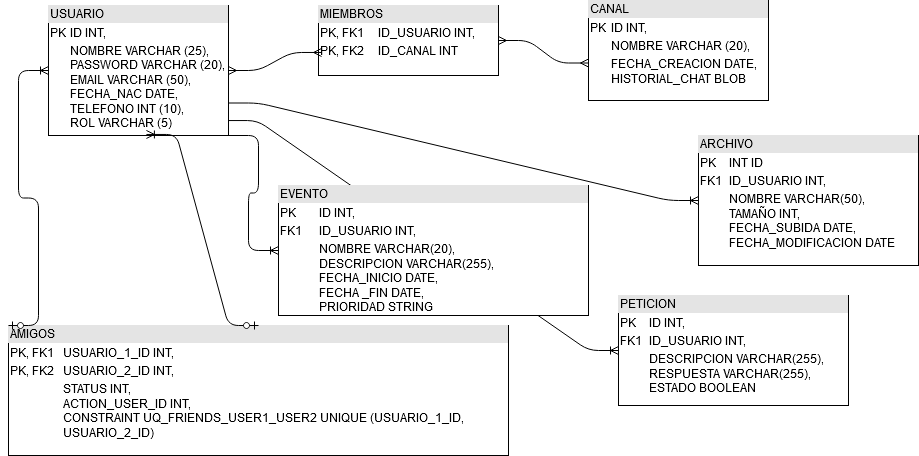
The draw.io diagram resources/modelo_datos_gamerHub.png in iesvi/proyecto-equipo-3, before a commit. Source tidied: cells renumbered, new cells last; positions are measured from the earlier drawing's top-left corner, leaving out a move shared by most shapes.
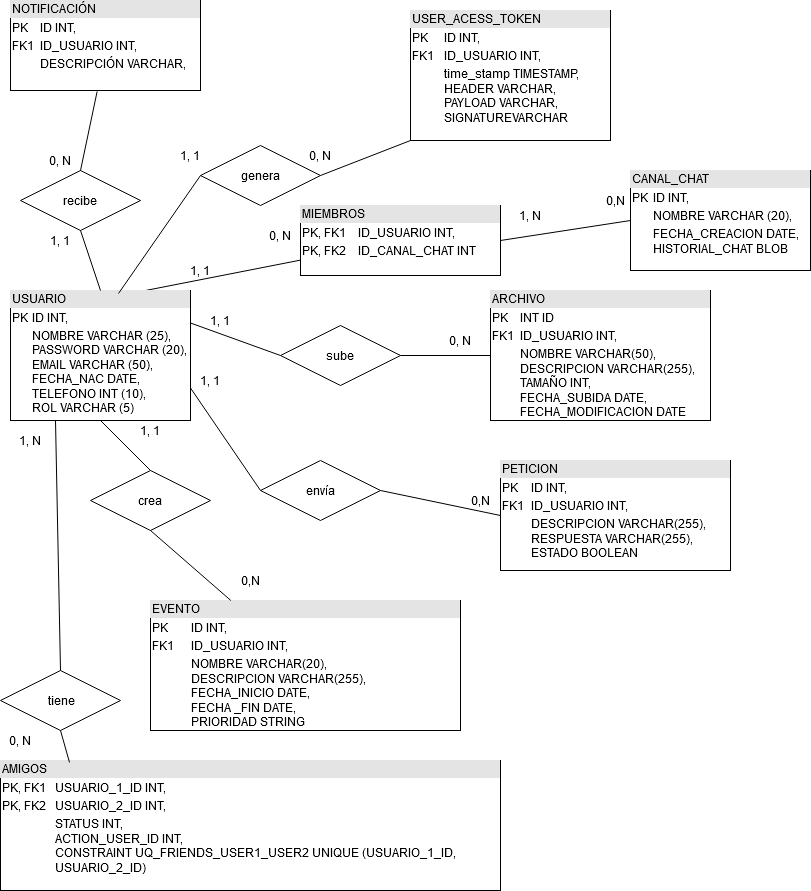
The same diagram one commit later.

Commit message:
Resubiendo imagen del modelo de datos (Modelo E-R) corregido. Se han añadido tablas que faltaban y las relaciones y cardinalidades.

The edit, as a diff of the source:
```diff
@@ -2,47 +2,143 @@
   <root>
     <mxCell id="0" />
     <mxCell id="1" parent="0" />
-    <mxCell id="2" style="edgeStyle=entityRelationEdgeStyle;fontSize=12;html=1;endArrow=ERoneToMany;exitX=1;exitY=0.75;exitDx=0;exitDy=0;" parent="1" edge="1" source="4" target="13">
-      <mxGeometry relative="1" as="geometry" />
-    </mxCell>
-    <mxCell id="3" style="edgeStyle=entityRelationEdgeStyle;fontSize=12;html=1;endArrow=ERoneToMany;exitX=0.994;exitY=0.885;exitDx=0;exitDy=0;exitPerimeter=0;" parent="1" edge="1" source="4" target="12">
-      <mxGeometry relative="1" as="geometry" />
-    </mxCell>
+    <mxCell id="10" style="edgeStyle=none;rounded=0;jettySize=auto;html=1;exitX=0.75;exitY=0;exitDx=0;exitDy=0;endArrow=none;endFill=0;" parent="1" edge="1" source="4" target="6">
+      <mxGeometry relative="1" as="geometry" />
+    </mxCell>
     <mxCell id="4" value="&lt;div style=&quot;box-sizing: border-box ; width: 100% ; background: #e4e4e4 ; padding: 2px&quot;&gt;USUARIO&lt;/div&gt;&lt;table style=&quot;width: 100% ; font-size: 1em&quot; cellspacing=&quot;0&quot; cellpadding=&quot;2&quot;&gt;&lt;tbody&gt;&lt;tr&gt;&lt;td&gt;PK&lt;/td&gt;&lt;td&gt;ID INT,&lt;br&gt;&lt;/td&gt;&lt;/tr&gt;&lt;tr&gt;&lt;td&gt;&lt;br&gt;&lt;/td&gt;&lt;td&gt;NOMBRE VARCHAR (25),&lt;br&gt;PASSWORD VARCHAR (20),&lt;br&gt;EMAIL VARCHAR (50),&lt;br&gt;FECHA_NAC DATE,&lt;br&gt;TELEFONO INT (10),&lt;br&gt;ROL VARCHAR (5)&lt;br&gt;&lt;/td&gt;&lt;/tr&gt;&lt;tr&gt;&lt;td&gt;&lt;br&gt;&lt;/td&gt;&lt;td&gt;&lt;br&gt;&lt;/td&gt;&lt;/tr&gt;&lt;/tbody&gt;&lt;/table&gt;" style="verticalAlign=top;align=left;overflow=fill;html=1;" parent="1" vertex="1">
-      <mxGeometry x="40" y="5" width="180" height="130" as="geometry" />
+      <mxGeometry x="-30" y="-5" width="180" height="130" as="geometry" />
     </mxCell>
-    <mxCell id="5" value="&lt;div style=&quot;box-sizing: border-box ; width: 100% ; background: #e4e4e4 ; padding: 2px&quot;&gt;CANAL&lt;/div&gt;&lt;table style=&quot;width: 100% ; font-size: 1em&quot; cellspacing=&quot;0&quot; cellpadding=&quot;2&quot;&gt;&lt;tbody&gt;&lt;tr&gt;&lt;td&gt;PK&lt;/td&gt;&lt;td&gt;ID INT,&lt;br&gt;&lt;/td&gt;&lt;/tr&gt;&lt;tr&gt;&lt;td&gt;&lt;br&gt;&lt;/td&gt;&lt;td&gt;NOMBRE VARCHAR (20),&lt;br&gt;&lt;/td&gt;&lt;/tr&gt;&lt;tr&gt;&lt;td&gt;&lt;br&gt;&lt;/td&gt;&lt;td&gt;FECHA_CREACION DATE,&lt;br&gt;HISTORIAL_CHAT BLOB&lt;br&gt;&lt;/td&gt;&lt;/tr&gt;&lt;/tbody&gt;&lt;/table&gt;" style="verticalAlign=top;align=left;overflow=fill;html=1;" parent="1" vertex="1">
-      <mxGeometry x="580" width="180" height="100" as="geometry" />
+    <mxCell id="5" value="&lt;div style=&quot;box-sizing: border-box ; width: 100% ; background: #e4e4e4 ; padding: 2px&quot;&gt;CANAL_CHAT&lt;/div&gt;&lt;table style=&quot;width: 100% ; font-size: 1em&quot; cellspacing=&quot;0&quot; cellpadding=&quot;2&quot;&gt;&lt;tbody&gt;&lt;tr&gt;&lt;td&gt;PK&lt;/td&gt;&lt;td&gt;ID INT,&lt;br&gt;&lt;/td&gt;&lt;/tr&gt;&lt;tr&gt;&lt;td&gt;&lt;br&gt;&lt;/td&gt;&lt;td&gt;NOMBRE VARCHAR (20),&lt;br&gt;&lt;/td&gt;&lt;/tr&gt;&lt;tr&gt;&lt;td&gt;&lt;br&gt;&lt;/td&gt;&lt;td&gt;FECHA_CREACION DATE,&lt;br&gt;HISTORIAL_CHAT BLOB&lt;br&gt;&lt;/td&gt;&lt;/tr&gt;&lt;/tbody&gt;&lt;/table&gt;" style="verticalAlign=top;align=left;overflow=fill;html=1;" parent="1" vertex="1">
+      <mxGeometry x="590" y="-125" width="180" height="100" as="geometry" />
     </mxCell>
-    <mxCell id="6" value="&lt;div style=&quot;box-sizing: border-box ; width: 100% ; background: #e4e4e4 ; padding: 2px&quot;&gt;MIEMBROS&lt;/div&gt;&lt;table style=&quot;width: 100% ; font-size: 1em&quot; cellspacing=&quot;0&quot; cellpadding=&quot;2&quot;&gt;&lt;tbody&gt;&lt;tr&gt;&lt;td&gt;PK, FK1&lt;br&gt;&lt;/td&gt;&lt;td&gt;ID_USUARIO INT,&lt;br&gt;&lt;/td&gt;&lt;/tr&gt;&lt;tr&gt;&lt;td&gt;PK, FK2&lt;/td&gt;&lt;td&gt;ID_CANAL INT&lt;br&gt;&lt;/td&gt;&lt;/tr&gt;&lt;tr&gt;&lt;td&gt;&lt;br&gt;&lt;/td&gt;&lt;td&gt;&lt;br&gt;&lt;/td&gt;&lt;/tr&gt;&lt;/tbody&gt;&lt;/table&gt;" style="verticalAlign=top;align=left;overflow=fill;html=1;" parent="1" vertex="1">
-      <mxGeometry x="310" y="5" width="180" height="70" as="geometry" />
+    <mxCell id="6" value="&lt;div style=&quot;box-sizing: border-box ; width: 100% ; background: #e4e4e4 ; padding: 2px&quot;&gt;MIEMBROS&lt;/div&gt;&lt;table style=&quot;width: 100% ; font-size: 1em&quot; cellspacing=&quot;0&quot; cellpadding=&quot;2&quot;&gt;&lt;tbody&gt;&lt;tr&gt;&lt;td&gt;PK, FK1&lt;br&gt;&lt;/td&gt;&lt;td&gt;ID_USUARIO INT,&lt;br&gt;&lt;/td&gt;&lt;/tr&gt;&lt;tr&gt;&lt;td&gt;PK, FK2&lt;/td&gt;&lt;td&gt;ID_CANAL_CHAT INT&lt;br&gt;&lt;/td&gt;&lt;/tr&gt;&lt;tr&gt;&lt;td&gt;&lt;br&gt;&lt;/td&gt;&lt;td&gt;&lt;br&gt;&lt;/td&gt;&lt;/tr&gt;&lt;/tbody&gt;&lt;/table&gt;" style="verticalAlign=top;align=left;overflow=fill;html=1;" parent="1" vertex="1">
+      <mxGeometry x="260" y="-90" width="200" height="70" as="geometry" />
     </mxCell>
     <mxCell id="7" value="&lt;div style=&quot;box-sizing: border-box ; width: 100% ; background: #e4e4e4 ; padding: 2px&quot;&gt;AMIGOS&lt;/div&gt;&lt;table style=&quot;width: 100% ; font-size: 1em&quot; cellspacing=&quot;0&quot; cellpadding=&quot;2&quot;&gt;&lt;tbody&gt;&lt;tr&gt;&lt;td&gt;PK, FK1&lt;br&gt;&lt;/td&gt;&lt;td&gt;USUARIO_1_ID INT,&lt;br&gt;&lt;/td&gt;&lt;/tr&gt;&lt;tr&gt;&lt;td&gt;PK, FK2&lt;/td&gt;&lt;td&gt;USUARIO_2_ID INT,&lt;br&gt;&lt;/td&gt;&lt;/tr&gt;&lt;tr&gt;&lt;td&gt;&lt;br&gt;&lt;/td&gt;&lt;td&gt;STATUS INT,&lt;br&gt;ACTION_USER_ID INT,&lt;br&gt;CONSTRAINT UQ_FRIENDS_USER1_USER2 UNIQUE (USUARIO_1_ID,&lt;br&gt;USUARIO_2_ID)&lt;br&gt;&lt;/td&gt;&lt;/tr&gt;&lt;/tbody&gt;&lt;/table&gt;" style="verticalAlign=top;align=left;overflow=fill;html=1;" parent="1" vertex="1">
-      <mxGeometry y="325" width="500" height="130" as="geometry" />
+      <mxGeometry x="-40" y="465" width="500" height="130" as="geometry" />
     </mxCell>
     <mxCell id="8" value="&lt;div style=&quot;box-sizing: border-box ; width: 100% ; background: #e4e4e4 ; padding: 2px&quot;&gt;EVENTO&lt;/div&gt;&lt;table style=&quot;width: 100% ; font-size: 1em&quot; cellspacing=&quot;0&quot; cellpadding=&quot;2&quot;&gt;&lt;tbody&gt;&lt;tr&gt;&lt;td&gt;PK&lt;/td&gt;&lt;td&gt;ID INT,&lt;br&gt;&lt;/td&gt;&lt;/tr&gt;&lt;tr&gt;&lt;td&gt;FK1&lt;/td&gt;&lt;td&gt;ID_USUARIO INT,&lt;br&gt;&lt;/td&gt;&lt;/tr&gt;&lt;tr&gt;&lt;td&gt;&lt;br&gt;&lt;/td&gt;&lt;td&gt;NOMBRE VARCHAR(20),&lt;br&gt;DESCRIPCION VARCHAR(255),&lt;br&gt;FECHA_INICIO DATE, &lt;br&gt;FECHA _FIN DATE,&lt;br&gt;PRIORIDAD STRING&lt;br&gt;&lt;/td&gt;&lt;/tr&gt;&lt;/tbody&gt;&lt;/table&gt;" style="verticalAlign=top;align=left;overflow=fill;html=1;" parent="1" vertex="1">
-      <mxGeometry x="270" y="185" width="310" height="130" as="geometry" />
+      <mxGeometry x="110" y="305" width="310" height="130" as="geometry" />
     </mxCell>
-    <mxCell id="9" style="edgeStyle=entityRelationEdgeStyle;fontSize=12;html=1;endArrow=ERoneToMany;exitX=1;exitY=1;exitDx=0;exitDy=0;" parent="1" edge="1" source="4" target="8">
-      <mxGeometry relative="1" as="geometry" />
-    </mxCell>
-    <mxCell id="10" style="edgeStyle=entityRelationEdgeStyle;fontSize=12;html=1;endArrow=ERmany;startArrow=ERmany;exitX=1;exitY=0.5;exitDx=0;exitDy=0;entryX=0.017;entryY=0.671;entryDx=0;entryDy=0;entryPerimeter=0;" parent="1" edge="1" source="4" target="6">
-      <mxGeometry relative="1" as="geometry" />
-    </mxCell>
-    <mxCell id="11" style="edgeStyle=entityRelationEdgeStyle;fontSize=12;html=1;endArrow=ERmany;startArrow=ERmany;entryX=0;entryY=0.625;entryDx=0;entryDy=0;entryPerimeter=0;exitX=1;exitY=0.5;exitDx=0;exitDy=0;" parent="1" edge="1" source="6" target="5">
-      <mxGeometry relative="1" as="geometry" />
-    </mxCell>
     <mxCell id="12" value="&lt;div style=&quot;box-sizing: border-box ; width: 100% ; background: #e4e4e4 ; padding: 2px&quot;&gt;PETICION&lt;br&gt;&lt;/div&gt;&lt;table style=&quot;width: 100% ; font-size: 1em&quot; cellspacing=&quot;0&quot; cellpadding=&quot;2&quot;&gt;&lt;tbody&gt;&lt;tr&gt;&lt;td&gt;PK&lt;/td&gt;&lt;td&gt;ID INT,&lt;br&gt;&lt;/td&gt;&lt;/tr&gt;&lt;tr&gt;&lt;td&gt;FK1&lt;/td&gt;&lt;td&gt;ID_USUARIO INT,&lt;br&gt;&lt;/td&gt;&lt;/tr&gt;&lt;tr&gt;&lt;td&gt;&lt;br&gt;&lt;/td&gt;&lt;td&gt;DESCRIPCION VARCHAR(255),&lt;br&gt;RESPUESTA VARCHAR(255),&lt;br&gt;ESTADO BOOLEAN&lt;br&gt;&lt;/td&gt;&lt;/tr&gt;&lt;/tbody&gt;&lt;/table&gt;" style="verticalAlign=top;align=left;overflow=fill;html=1;" parent="1" vertex="1">
-      <mxGeometry x="610" y="295" width="230" height="110" as="geometry" />
+      <mxGeometry x="460" y="165" width="230" height="110" as="geometry" />
     </mxCell>
-    <mxCell id="13" value="&lt;div style=&quot;box-sizing: border-box ; width: 100% ; background: #e4e4e4 ; padding: 2px&quot;&gt;ARCHIVO&lt;/div&gt;&lt;table style=&quot;width: 100% ; font-size: 1em&quot; cellspacing=&quot;0&quot; cellpadding=&quot;2&quot;&gt;&lt;tbody&gt;&lt;tr&gt;&lt;td&gt;PK&lt;/td&gt;&lt;td&gt;INT ID&lt;br&gt;&lt;/td&gt;&lt;/tr&gt;&lt;tr&gt;&lt;td&gt;FK1&lt;/td&gt;&lt;td&gt;ID_USUARIO INT,&lt;br&gt;&lt;/td&gt;&lt;/tr&gt;&lt;tr&gt;&lt;td&gt;&lt;br&gt;&lt;/td&gt;&lt;td&gt;NOMBRE VARCHAR(50),&lt;br&gt;TAMAÑO INT,&lt;br&gt;FECHA_SUBIDA DATE,&lt;br&gt;FECHA_MODIFICACION DATE&lt;br&gt;&lt;/td&gt;&lt;/tr&gt;&lt;/tbody&gt;&lt;/table&gt;" style="verticalAlign=top;align=left;overflow=fill;html=1;" parent="1" vertex="1">
-      <mxGeometry x="690" y="135" width="220" height="130" as="geometry" />
+    <mxCell id="13" value="&lt;div style=&quot;box-sizing: border-box ; width: 100% ; background: #e4e4e4 ; padding: 2px&quot;&gt;ARCHIVO&lt;/div&gt;&lt;table style=&quot;width: 100% ; font-size: 1em&quot; cellspacing=&quot;0&quot; cellpadding=&quot;2&quot;&gt;&lt;tbody&gt;&lt;tr&gt;&lt;td&gt;PK&lt;/td&gt;&lt;td&gt;INT ID&lt;br&gt;&lt;/td&gt;&lt;/tr&gt;&lt;tr&gt;&lt;td&gt;FK1&lt;/td&gt;&lt;td&gt;ID_USUARIO INT,&lt;br&gt;&lt;/td&gt;&lt;/tr&gt;&lt;tr&gt;&lt;td&gt;&lt;br&gt;&lt;/td&gt;&lt;td&gt;NOMBRE VARCHAR(50),&lt;br&gt;DESCRIPCION VARCHAR(255),&lt;br&gt;TAMAÑO INT,&lt;br&gt;FECHA_SUBIDA DATE,&lt;br&gt;FECHA_MODIFICACION DATE&lt;br&gt;&lt;/td&gt;&lt;/tr&gt;&lt;/tbody&gt;&lt;/table&gt;" style="verticalAlign=top;align=left;overflow=fill;html=1;" parent="1" vertex="1">
+      <mxGeometry x="450" y="-5" width="220" height="130" as="geometry" />
     </mxCell>
-    <mxCell id="14" style="edgeStyle=entityRelationEdgeStyle;fontSize=12;html=1;endArrow=ERoneToMany;startArrow=ERzeroToOne;entryX=0.544;entryY=0.992;entryDx=0;entryDy=0;entryPerimeter=0;exitX=0.5;exitY=0;exitDx=0;exitDy=0;" parent="1" edge="1" source="7" target="4">
-      <mxGeometry relative="1" as="geometry" />
-    </mxCell>
-    <mxCell id="15" style="edgeStyle=entityRelationEdgeStyle;fontSize=12;html=1;endArrow=ERoneToMany;startArrow=ERzeroToOne;exitX=0;exitY=0;exitDx=0;exitDy=0;" parent="1" edge="1" source="7" target="4">
-      <mxGeometry relative="1" as="geometry" />
-    </mxCell>
+    <mxCell id="16" value="&amp;nbsp;tiene" style="shape=rhombus;perimeter=rhombusPerimeter;whiteSpace=wrap;html=1;align=center;" parent="1" vertex="1">
+      <mxGeometry x="-40" y="375" width="120" height="60" as="geometry" />
+    </mxCell>
+    <mxCell id="17" style="endArrow=none;html=1;rounded=0;exitX=0.5;exitY=1;exitDx=0;exitDy=0;entryX=0.138;entryY=0.015;entryDx=0;entryDy=0;entryPerimeter=0;" parent="1" edge="1" source="16" target="7">
+      <mxGeometry relative="1" as="geometry" />
+    </mxCell>
+    <mxCell id="18" style="endArrow=none;html=1;rounded=0;entryX=0.5;entryY=0;entryDx=0;entryDy=0;exitX=0.25;exitY=1;exitDx=0;exitDy=0;" parent="1" edge="1" source="4" target="16">
+      <mxGeometry relative="1" as="geometry" />
+    </mxCell>
+    <mxCell id="19" value="1, N" style="text;html=1;strokeColor=none;fillColor=none;align=center;verticalAlign=middle;whiteSpace=wrap;rounded=0;" parent="1" vertex="1">
+      <mxGeometry x="-30" y="135" width="40" height="20" as="geometry" />
+    </mxCell>
+    <mxCell id="20" value="0, N" style="text;html=1;strokeColor=none;fillColor=none;align=center;verticalAlign=middle;whiteSpace=wrap;rounded=0;" parent="1" vertex="1">
+      <mxGeometry x="-40" y="435" width="40" height="20" as="geometry" />
+    </mxCell>
+    <mxCell id="21" style="edgeStyle=none;rounded=0;orthogonalLoop=1;jettySize=auto;html=1;exitX=0.5;exitY=0;exitDx=0;exitDy=0;" parent="1" edge="1" source="19" target="19">
+      <mxGeometry relative="1" as="geometry" />
+    </mxCell>
+    <mxCell id="22" value="envía" style="shape=rhombus;perimeter=rhombusPerimeter;whiteSpace=wrap;html=1;align=center;" parent="1" vertex="1">
+      <mxGeometry x="220" y="165" width="120" height="60" as="geometry" />
+    </mxCell>
+    <mxCell id="23" style="endArrow=none;html=1;rounded=0;exitX=1;exitY=0.75;exitDx=0;exitDy=0;entryX=0;entryY=0.5;entryDx=0;entryDy=0;" parent="1" edge="1" source="4" target="22">
+      <mxGeometry relative="1" as="geometry" />
+    </mxCell>
+    <mxCell id="24" style="endArrow=none;html=1;rounded=0;exitX=1;exitY=0.5;exitDx=0;exitDy=0;entryX=0;entryY=0.5;entryDx=0;entryDy=0;" parent="1" edge="1" source="22" target="12">
+      <mxGeometry relative="1" as="geometry" />
+    </mxCell>
+    <mxCell id="25" value="crea" style="shape=rhombus;perimeter=rhombusPerimeter;whiteSpace=wrap;html=1;align=center;" parent="1" vertex="1">
+      <mxGeometry x="50" y="175" width="120" height="60" as="geometry" />
+    </mxCell>
+    <mxCell id="26" style="endArrow=none;html=1;rounded=0;exitX=0.5;exitY=1;exitDx=0;exitDy=0;entryX=0.5;entryY=0;entryDx=0;entryDy=0;" parent="1" edge="1" source="4" target="25">
+      <mxGeometry relative="1" as="geometry" />
+    </mxCell>
+    <mxCell id="27" style="endArrow=none;html=1;rounded=0;exitX=0.5;exitY=1;exitDx=0;exitDy=0;" parent="1" edge="1" source="25" target="8">
+      <mxGeometry relative="1" as="geometry" />
+    </mxCell>
+    <mxCell id="28" value="0,N" style="text;html=1;strokeColor=none;fillColor=none;align=center;verticalAlign=middle;whiteSpace=wrap;rounded=0;" parent="1" vertex="1">
+      <mxGeometry x="190" y="275" width="40" height="20" as="geometry" />
+    </mxCell>
+    <mxCell id="29" value="1, 1" style="text;html=1;strokeColor=none;fillColor=none;align=center;verticalAlign=middle;whiteSpace=wrap;rounded=0;" parent="1" vertex="1">
+      <mxGeometry x="90" y="125" width="40" height="20" as="geometry" />
+    </mxCell>
+    <mxCell id="30" value="0,N" style="text;html=1;strokeColor=none;fillColor=none;align=center;verticalAlign=middle;whiteSpace=wrap;rounded=0;" parent="1" vertex="1">
+      <mxGeometry x="420" y="195" width="40" height="20" as="geometry" />
+    </mxCell>
+    <mxCell id="31" value="1, 1" style="text;html=1;strokeColor=none;fillColor=none;align=center;verticalAlign=middle;whiteSpace=wrap;rounded=0;" parent="1" vertex="1">
+      <mxGeometry x="150" y="75" width="40" height="20" as="geometry" />
+    </mxCell>
+    <mxCell id="32" value="sube" style="shape=rhombus;perimeter=rhombusPerimeter;whiteSpace=wrap;html=1;align=center;" parent="1" vertex="1">
+      <mxGeometry x="240" y="30" width="120" height="60" as="geometry" />
+    </mxCell>
+    <mxCell id="33" style="endArrow=none;html=1;rounded=0;exitX=1;exitY=0.25;exitDx=0;exitDy=0;entryX=0;entryY=0.5;entryDx=0;entryDy=0;" parent="1" edge="1" source="4" target="32">
+      <mxGeometry relative="1" as="geometry" />
+    </mxCell>
+    <mxCell id="34" style="endArrow=none;html=1;rounded=0;exitX=1;exitY=0.5;exitDx=0;exitDy=0;entryX=0;entryY=0.5;entryDx=0;entryDy=0;" parent="1" edge="1" source="32" target="13">
+      <mxGeometry relative="1" as="geometry" />
+    </mxCell>
+    <mxCell id="35" value="1, 1" style="text;html=1;strokeColor=none;fillColor=none;align=center;verticalAlign=middle;whiteSpace=wrap;rounded=0;" parent="1" vertex="1">
+      <mxGeometry x="160" y="15" width="40" height="20" as="geometry" />
+    </mxCell>
+    <mxCell id="36" value="0, N" style="text;html=1;strokeColor=none;fillColor=none;align=center;verticalAlign=middle;whiteSpace=wrap;rounded=0;" parent="1" vertex="1">
+      <mxGeometry x="400" y="35" width="40" height="20" as="geometry" />
+    </mxCell>
+    <mxCell id="37" value="&lt;div style=&quot;box-sizing: border-box ; width: 100% ; background: #e4e4e4 ; padding: 2px&quot;&gt;NOTIFICACIÓN&lt;br&gt;&lt;/div&gt;&lt;table style=&quot;width: 100% ; font-size: 1em&quot; cellspacing=&quot;0&quot; cellpadding=&quot;2&quot;&gt;&lt;tbody&gt;&lt;tr&gt;&lt;td&gt;PK&lt;/td&gt;&lt;td&gt;ID INT,&lt;br&gt;&lt;/td&gt;&lt;/tr&gt;&lt;tr&gt;&lt;td&gt;FK1&lt;/td&gt;&lt;td&gt;ID_USUARIO INT,&lt;br&gt;&lt;/td&gt;&lt;/tr&gt;&lt;tr&gt;&lt;td&gt;&lt;br&gt;&lt;/td&gt;&lt;td&gt;DESCRIPCIÓN VARCHAR,&lt;br&gt;&lt;/td&gt;&lt;/tr&gt;&lt;/tbody&gt;&lt;/table&gt;" style="verticalAlign=top;align=left;overflow=fill;html=1;" parent="1" vertex="1">
+      <mxGeometry x="-30" y="-295" width="190" height="90" as="geometry" />
+    </mxCell>
+    <mxCell id="38" value="&lt;div style=&quot;box-sizing: border-box ; width: 100% ; background: #e4e4e4 ; padding: 2px&quot;&gt;USER_ACESS_TOKEN&lt;br&gt;&lt;/div&gt;&lt;table style=&quot;width: 100% ; font-size: 1em&quot; cellspacing=&quot;0&quot; cellpadding=&quot;2&quot;&gt;&lt;tbody&gt;&lt;tr&gt;&lt;td&gt;PK&lt;/td&gt;&lt;td&gt;ID INT,&lt;br&gt;&lt;/td&gt;&lt;/tr&gt;&lt;tr&gt;&lt;td&gt;FK1&lt;/td&gt;&lt;td&gt;ID_USUARIO INT,&lt;br&gt;&lt;/td&gt;&lt;/tr&gt;&lt;tr&gt;&lt;td&gt;&lt;br&gt;&lt;/td&gt;&lt;td&gt;time_stamp TIMESTAMP,&lt;br&gt;HEADER VARCHAR,&lt;br&gt;PAYLOAD VARCHAR,&lt;br&gt;SIGNATUREVARCHAR&lt;br&gt;&lt;/td&gt;&lt;/tr&gt;&lt;/tbody&gt;&lt;/table&gt;" style="verticalAlign=top;align=left;overflow=fill;html=1;" parent="1" vertex="1">
+      <mxGeometry x="370" y="-285" width="200" height="130" as="geometry" />
+    </mxCell>
+    <mxCell id="11" style="edgeStyle=none;rounded=0;jettySize=auto;html=1;exitX=1;exitY=0.5;exitDx=0;exitDy=0;entryX=0;entryY=0.5;entryDx=0;entryDy=0;endArrow=none;endFill=0;" parent="1" edge="1" source="6" target="5">
+      <mxGeometry relative="1" as="geometry" />
+    </mxCell>
+    <mxCell id="39" value="recibe" style="shape=rhombus;perimeter=rhombusPerimeter;whiteSpace=wrap;html=1;align=center;" parent="1" vertex="1">
+      <mxGeometry x="-20" y="-125" width="120" height="60" as="geometry" />
+    </mxCell>
+    <mxCell id="40" style="edgeStyle=none;rounded=0;jettySize=auto;html=1;exitX=0.5;exitY=0;exitDx=0;exitDy=0;entryX=0.5;entryY=1;entryDx=0;entryDy=0;endArrow=none;endFill=0;" parent="1" edge="1" source="4" target="39">
+      <mxGeometry relative="1" as="geometry" />
+    </mxCell>
+    <mxCell id="41" style="edgeStyle=none;rounded=0;jettySize=auto;html=1;exitX=0.5;exitY=0;exitDx=0;exitDy=0;entryX=0.456;entryY=1.011;entryDx=0;entryDy=0;endArrow=none;endFill=0;entryPerimeter=0;" parent="1" edge="1" source="39" target="37">
+      <mxGeometry relative="1" as="geometry" />
+    </mxCell>
+    <mxCell id="42" value="0, N" style="text;html=1;strokeColor=none;fillColor=none;align=center;verticalAlign=middle;whiteSpace=wrap;rounded=0;" parent="1" vertex="1">
+      <mxGeometry y="-145" width="40" height="20" as="geometry" />
+    </mxCell>
+    <mxCell id="43" value="1, 1" style="text;html=1;strokeColor=none;fillColor=none;align=center;verticalAlign=middle;whiteSpace=wrap;rounded=0;" parent="1" vertex="1">
+      <mxGeometry y="-65" width="40" height="20" as="geometry" />
+    </mxCell>
+    <mxCell id="44" value="0, N" style="text;html=1;strokeColor=none;fillColor=none;align=center;verticalAlign=middle;whiteSpace=wrap;rounded=0;" parent="1" vertex="1">
+      <mxGeometry x="220" y="-70" width="40" height="20" as="geometry" />
+    </mxCell>
+    <mxCell id="45" value="1, 1" style="text;html=1;strokeColor=none;fillColor=none;align=center;verticalAlign=middle;whiteSpace=wrap;rounded=0;" parent="1" vertex="1">
+      <mxGeometry x="140" y="-35" width="40" height="20" as="geometry" />
+    </mxCell>
+    <mxCell id="46" value="0,N" style="text;html=1;strokeColor=none;fillColor=none;align=center;verticalAlign=middle;whiteSpace=wrap;rounded=0;" parent="1" vertex="1">
+      <mxGeometry x="555" y="-105" width="40" height="20" as="geometry" />
+    </mxCell>
+    <mxCell id="47" value="1, N" style="text;html=1;strokeColor=none;fillColor=none;align=center;verticalAlign=middle;whiteSpace=wrap;rounded=0;" parent="1" vertex="1">
+      <mxGeometry x="470" y="-90" width="40" height="20" as="geometry" />
+    </mxCell>
+    <mxCell id="48" value="genera" style="shape=rhombus;perimeter=rhombusPerimeter;whiteSpace=wrap;html=1;align=center;" parent="1" vertex="1">
+      <mxGeometry x="160" y="-150" width="120" height="60" as="geometry" />
+    </mxCell>
+    <mxCell id="49" style="edgeStyle=none;rounded=0;jettySize=auto;html=1;exitX=0.6;exitY=0.023;exitDx=0;exitDy=0;entryX=0;entryY=0.5;entryDx=0;entryDy=0;endArrow=none;endFill=0;exitPerimeter=0;" parent="1" edge="1" source="4" target="48">
+      <mxGeometry relative="1" as="geometry" />
+    </mxCell>
+    <mxCell id="50" style="edgeStyle=none;rounded=0;jettySize=auto;html=1;exitX=1;exitY=0.5;exitDx=0;exitDy=0;entryX=0;entryY=1;entryDx=0;entryDy=0;endArrow=none;endFill=0;" parent="1" edge="1" source="48" target="38">
+      <mxGeometry relative="1" as="geometry" />
+    </mxCell>
+    <mxCell id="51" value="0, N" style="text;html=1;strokeColor=none;fillColor=none;align=center;verticalAlign=middle;whiteSpace=wrap;rounded=0;" parent="1" vertex="1">
+      <mxGeometry x="260" y="-150" width="40" height="20" as="geometry" />
+    </mxCell>
+    <mxCell id="52" value="1, 1" style="text;html=1;strokeColor=none;fillColor=none;align=center;verticalAlign=middle;whiteSpace=wrap;rounded=0;" parent="1" vertex="1">
+      <mxGeometry x="130" y="-150" width="40" height="20" as="geometry" />
+    </mxCell>
   </root>
 </mxGraphModel>
```
